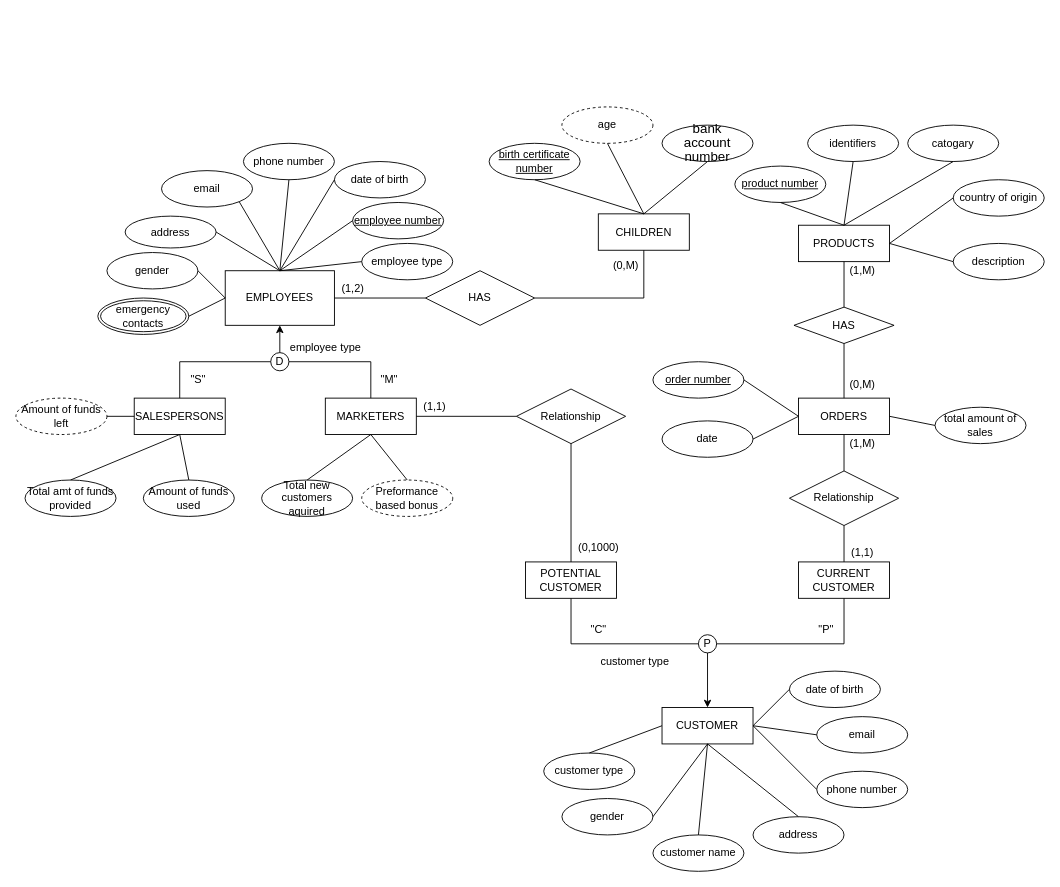
ZZZPraneethZZZ/Draw.IO-Test keeps this draw.io diagram as Assignment 1.drawio. Above is the earlier version. Source tidied: cells renumbered, new cells numbered last; positions are measured from the earlier drawing's top-left corner, leaving out a move shared by most shapes. Both pictures are drawn from the tidied source at 91%, with x=0, y=0 at pixel (15, 106).
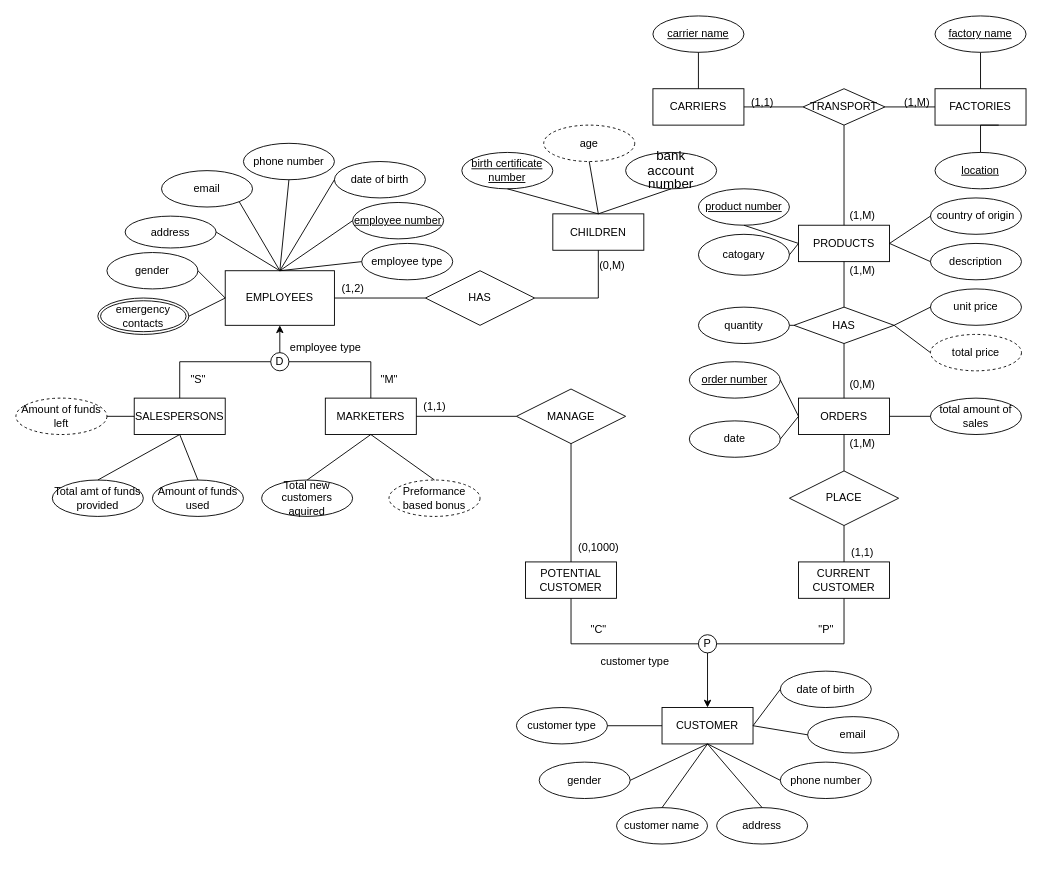
The same page after the edit.

Unchanged cells that the change refers to:
```xml
<mxCell id="16" value="HAS" style="shape=rhombus;perimeter=rhombusPerimeter;whiteSpace=wrap;html=1;align=center;" parent="1" vertex="1">
  <mxGeometry x="450" y="180" width="120" height="60" as="geometry" />
</mxCell>
<mxCell id="58" value="CUSTOMER" style="whiteSpace=wrap;html=1;align=center;" parent="1" vertex="1">
  <mxGeometry x="710" y="660" width="100" height="40" as="geometry" />
</mxCell>
<mxCell id="91" value="PRODUCTS" style="whiteSpace=wrap;html=1;align=center;" parent="1" vertex="1">
  <mxGeometry x="860" y="130" width="100" height="40" as="geometry" />
</mxCell>
<mxCell id="92" value="HAS" style="shape=rhombus;perimeter=rhombusPerimeter;whiteSpace=wrap;html=1;align=center;" parent="1" vertex="1">
  <mxGeometry x="855" y="220" width="110" height="40" as="geometry" />
</mxCell>
```

The edit, as a diff of the source:
```diff
@@
     <mxCell id="15" value="CHILDREN" style="whiteSpace=wrap;html=1;align=center;" parent="1" vertex="1">
-      <mxGeometry x="640" y="117.5" width="100" height="40" as="geometry" />
+      <mxGeometry x="590" y="117.5" width="100" height="40" as="geometry" />
     </mxCell>
@@
     <mxCell id="18" style="endArrow=none;html=1;rounded=0;entryX=0.5;entryY=1;entryDx=0;entryDy=0;exitX=1;exitY=0.5;exitDx=0;exitDy=0;" parent="1" edge="1" source="16" target="15">
       <mxGeometry relative="1" as="geometry">
         <Array as="points">
-          <mxPoint x="690" y="210" />
+          <mxPoint x="640" y="210" />
         </Array>
       </mxGeometry>
     </mxCell>
@@
     <mxCell id="30" value="(0,M)" style="text;html=1;align=center;verticalAlign=middle;strokeColor=none;fillColor=none;" parent="1" vertex="1">
-      <mxGeometry x="645" y="160" width="50" height="30" as="geometry" />
+      <mxGeometry x="630" y="160" width="50" height="30" as="geometry" />
     </mxCell>
     <mxCell id="31" value="Total amt of funds provided" style="ellipse;whiteSpace=wrap;html=1;align=center;" parent="1" vertex="1">
-      <mxGeometry x="10" y="410" width="100" height="40" as="geometry" />
+      <mxGeometry x="40" y="410" width="100" height="40" as="geometry" />
     </mxCell>
     <mxCell id="32" value="Amount of funds used" style="ellipse;whiteSpace=wrap;html=1;align=center;" parent="1" vertex="1">
-      <mxGeometry x="140" y="410" width="100" height="40" as="geometry" />
+      <mxGeometry x="150" y="410" width="100" height="40" as="geometry" />
     </mxCell>
@@
     <mxCell id="38" value="Preformance based bonus" style="ellipse;whiteSpace=wrap;html=1;align=center;dashed=1;" parent="1" vertex="1">
-      <mxGeometry x="380" y="410" width="100" height="40" as="geometry" />
+      <mxGeometry x="410" y="410" width="100" height="40" as="geometry" />
     </mxCell>
@@
     <mxCell id="44" value="age" style="ellipse;whiteSpace=wrap;html=1;align=center;dashed=1;" parent="1" vertex="1">
-      <mxGeometry x="600" width="100" height="40" as="geometry" />
+      <mxGeometry x="580" y="20" width="100" height="40" as="geometry" />
     </mxCell>
     <mxCell id="45" value="birth certificate number" style="ellipse;whiteSpace=wrap;html=1;align=center;fontStyle=4;" parent="1" vertex="1">
-      <mxGeometry x="520" y="40" width="100" height="40" as="geometry" />
+      <mxGeometry x="490" y="50" width="100" height="40" as="geometry" />
     </mxCell>
@@
     <mxCell id="48" value="&lt;span style=&quot;font-size:11.0pt;line-height:107%;&lt;br/&gt;font-family:&amp;quot;Calibri&amp;quot;,sans-serif;mso-ascii-theme-font:minor-latin;mso-fareast-font-family:&lt;br/&gt;Calibri;mso-fareast-theme-font:minor-latin;mso-hansi-theme-font:minor-latin;&lt;br/&gt;mso-bidi-font-family:&amp;quot;Times New Roman&amp;quot;;mso-bidi-theme-font:minor-bidi;&lt;br/&gt;mso-ansi-language:EN-IN;mso-fareast-language:EN-US;mso-bidi-language:AR-SA&quot;&gt;bank&lt;br/&gt;account number&lt;/span&gt;" style="ellipse;whiteSpace=wrap;html=1;align=center;" parent="1" vertex="1">
-      <mxGeometry x="710" y="20" width="100" height="40" as="geometry" />
+      <mxGeometry x="670" y="50" width="100" height="40" as="geometry" />
     </mxCell>
@@
-    <mxCell id="50" value="Relationship" style="shape=rhombus;perimeter=rhombusPerimeter;whiteSpace=wrap;html=1;align=center;" parent="1" vertex="1">
+    <mxCell id="50" value="MANAGE" style="shape=rhombus;perimeter=rhombusPerimeter;whiteSpace=wrap;html=1;align=center;" parent="1" vertex="1">
       <mxGeometry x="550" y="310" width="120" height="60" as="geometry" />
     </mxCell>
@@
     <mxCell id="61" value="&lt;span style=&quot;&quot;&gt;customer type&lt;/span&gt;" style="ellipse;whiteSpace=wrap;html=1;align=center;" parent="1" vertex="1">
-      <mxGeometry x="580" y="710" width="100" height="40" as="geometry" />
+      <mxGeometry x="550" y="660" width="100" height="40" as="geometry" />
     </mxCell>
-    <mxCell id="62" style="endArrow=none;html=1;rounded=0;exitX=0;exitY=0.5;exitDx=0;exitDy=0;entryX=0.5;entryY=0;entryDx=0;entryDy=0;" parent="1" edge="1" source="58" target="61">
+    <mxCell id="62" style="endArrow=none;html=1;rounded=0;exitX=0;exitY=0.5;exitDx=0;exitDy=0;entryX=1;entryY=0.5;entryDx=0;entryDy=0;" parent="1" edge="1" source="58" target="61">
       <mxGeometry relative="1" as="geometry" />
     </mxCell>
     <mxCell id="63" value="customer name" style="ellipse;whiteSpace=wrap;html=1;align=center;" parent="1" vertex="1">
-      <mxGeometry x="700" y="800" width="100" height="40" as="geometry" />
+      <mxGeometry x="660" y="770" width="100" height="40" as="geometry" />
     </mxCell>
     <mxCell id="64" value="&lt;span style=&quot;&quot;&gt;address&lt;/span&gt;" style="ellipse;whiteSpace=wrap;html=1;align=center;" parent="1" vertex="1">
-      <mxGeometry x="810" y="780" width="100" height="40" as="geometry" />
+      <mxGeometry x="770" y="770" width="100" height="40" as="geometry" />
     </mxCell>
     <mxCell id="65" value="&lt;span style=&quot;&quot;&gt;phone number&lt;/span&gt;" style="ellipse;whiteSpace=wrap;html=1;align=center;" parent="1" vertex="1">
-      <mxGeometry x="880" y="730" width="100" height="40" as="geometry" />
+      <mxGeometry x="840" y="720" width="100" height="40" as="geometry" />
     </mxCell>
     <mxCell id="66" value="&lt;span style=&quot;&quot;&gt;email&lt;/span&gt;" style="ellipse;whiteSpace=wrap;html=1;align=center;" parent="1" vertex="1">
-      <mxGeometry x="880" y="670" width="100" height="40" as="geometry" />
+      <mxGeometry x="870" y="670" width="100" height="40" as="geometry" />
     </mxCell>
     <mxCell id="67" value="date of birth" style="ellipse;whiteSpace=wrap;html=1;align=center;" parent="1" vertex="1">
-      <mxGeometry x="850" y="620" width="100" height="40" as="geometry" />
+      <mxGeometry x="840" y="620" width="100" height="40" as="geometry" />
     </mxCell>
     <mxCell id="68" value="gender" style="ellipse;whiteSpace=wrap;html=1;align=center;" parent="1" vertex="1">
-      <mxGeometry x="600" y="760" width="100" height="40" as="geometry" />
+      <mxGeometry x="575" y="720" width="100" height="40" as="geometry" />
     </mxCell>
@@
-    <mxCell id="72" style="endArrow=none;html=1;rounded=0;exitX=0;exitY=0.5;exitDx=0;exitDy=0;entryX=1;entryY=0.5;entryDx=0;entryDy=0;" parent="1" edge="1" source="65" target="58">
+    <mxCell id="72" style="endArrow=none;html=1;rounded=0;exitX=0;exitY=0.5;exitDx=0;exitDy=0;entryX=0.5;entryY=1;entryDx=0;entryDy=0;" parent="1" edge="1" source="65" target="58">
       <mxGeometry relative="1" as="geometry" />
     </mxCell>
@@
-    <mxCell id="80" value="Relationship" style="shape=rhombus;perimeter=rhombusPerimeter;whiteSpace=wrap;html=1;align=center;" parent="1" vertex="1">
+    <mxCell id="80" value="PLACE" style="shape=rhombus;perimeter=rhombusPerimeter;whiteSpace=wrap;html=1;align=center;" parent="1" vertex="1">
       <mxGeometry x="850" y="400" width="120" height="60" as="geometry" />
     </mxCell>
@@
     <mxCell id="85" value="total amount of sales" style="ellipse;whiteSpace=wrap;html=1;align=center;" parent="1" vertex="1">
-      <mxGeometry x="1010" y="330" width="100" height="40" as="geometry" />
+      <mxGeometry x="1005" y="320" width="100" height="40" as="geometry" />
     </mxCell>
     <mxCell id="86" value="date" style="ellipse;whiteSpace=wrap;html=1;align=center;" parent="1" vertex="1">
-      <mxGeometry x="710" y="345" width="100" height="40" as="geometry" />
+      <mxGeometry x="740" y="345" width="100" height="40" as="geometry" />
     </mxCell>
     <mxCell id="87" value="order number" style="ellipse;whiteSpace=wrap;html=1;align=center;fontStyle=4;" parent="1" vertex="1">
-      <mxGeometry x="700" y="280" width="100" height="40" as="geometry" />
+      <mxGeometry x="740" y="280" width="100" height="40" as="geometry" />
     </mxCell>
@@
     <mxCell id="97" value="catogary" style="ellipse;whiteSpace=wrap;html=1;align=center;" parent="1" vertex="1">
-      <mxGeometry x="980" y="20" width="100" height="40" as="geometry" />
+      <mxGeometry x="750" y="140" width="100" height="45" as="geometry" />
     </mxCell>
-    <mxCell id="98" value="identifiers" style="ellipse;whiteSpace=wrap;html=1;align=center;" parent="1" vertex="1">
-      <mxGeometry x="870" y="20" width="100" height="40" as="geometry" />
-    </mxCell>
     <mxCell id="99" value="product number" style="ellipse;whiteSpace=wrap;html=1;align=center;fontStyle=4;" parent="1" vertex="1">
-      <mxGeometry x="790" y="65" width="100" height="40" as="geometry" />
+      <mxGeometry x="750" y="90" width="100" height="40" as="geometry" />
     </mxCell>
     <mxCell id="100" value="description" style="ellipse;whiteSpace=wrap;html=1;align=center;" parent="1" vertex="1">
-      <mxGeometry x="1030" y="150" width="100" height="40" as="geometry" />
+      <mxGeometry x="1005" y="150" width="100" height="40" as="geometry" />
     </mxCell>
     <mxCell id="101" value="country of origin" style="ellipse;whiteSpace=wrap;html=1;align=center;" parent="1" vertex="1">
-      <mxGeometry x="1030" y="80" width="100" height="40" as="geometry" />
+      <mxGeometry x="1005" y="100" width="100" height="40" as="geometry" />
     </mxCell>
-    <mxCell id="102" style="endArrow=none;html=1;rounded=0;exitX=0.5;exitY=1;exitDx=0;exitDy=0;entryX=0.5;entryY=0;entryDx=0;entryDy=0;" parent="1" edge="1" source="99" target="91">
+    <mxCell id="102" style="endArrow=none;html=1;rounded=0;exitX=0.5;exitY=1;exitDx=0;exitDy=0;entryX=0;entryY=0.5;entryDx=0;entryDy=0;" parent="1" edge="1" source="99" target="91">
       <mxGeometry relative="1" as="geometry" />
     </mxCell>
@@
-    <mxCell id="104" style="endArrow=none;html=1;rounded=0;exitX=0.5;exitY=0;exitDx=0;exitDy=0;entryX=0.5;entryY=1;entryDx=0;entryDy=0;" parent="1" edge="1" source="91" target="97">
+    <mxCell id="104" style="endArrow=none;html=1;rounded=0;exitX=0;exitY=0.5;exitDx=0;exitDy=0;entryX=1;entryY=0.5;entryDx=0;entryDy=0;" parent="1" edge="1" source="91" target="97">
       <mxGeometry relative="1" as="geometry" />
     </mxCell>
-    <mxCell id="105" style="endArrow=none;html=1;rounded=0;" parent="1" edge="1">
-      <mxGeometry relative="1" as="geometry">
-        <mxPoint x="910" y="130" as="sourcePoint" />
-        <mxPoint x="920" y="60" as="targetPoint" />
-      </mxGeometry>
-    </mxCell>
@@
+    <mxCell id="107" value="quantity" style="ellipse;whiteSpace=wrap;html=1;align=center;" parent="1" vertex="1">
+      <mxGeometry x="750" y="220" width="100" height="40" as="geometry" />
+    </mxCell>
+    <mxCell id="108" value="unit price" style="ellipse;whiteSpace=wrap;html=1;align=center;" parent="1" vertex="1">
+      <mxGeometry x="1005" y="200" width="100" height="40" as="geometry" />
+    </mxCell>
+    <mxCell id="109" value="total price" style="ellipse;whiteSpace=wrap;html=1;align=center;dashed=1;" parent="1" vertex="1">
+      <mxGeometry x="1005" y="250" width="100" height="40" as="geometry" />
+    </mxCell>
+    <mxCell id="110" style="endArrow=none;html=1;rounded=0;exitX=1;exitY=0.5;exitDx=0;exitDy=0;entryX=0;entryY=0.5;entryDx=0;entryDy=0;" parent="1" edge="1" source="107" target="92">
+      <mxGeometry relative="1" as="geometry" />
+    </mxCell>
+    <mxCell id="111" style="endArrow=none;html=1;rounded=0;entryX=0;entryY=0.5;entryDx=0;entryDy=0;exitX=1;exitY=0.5;exitDx=0;exitDy=0;" parent="1" edge="1" source="92" target="108">
+      <mxGeometry relative="1" as="geometry" />
+    </mxCell>
+    <mxCell id="112" style="endArrow=none;html=1;rounded=0;entryX=0;entryY=0.5;entryDx=0;entryDy=0;exitX=1;exitY=0.5;exitDx=0;exitDy=0;" parent="1" edge="1" source="92" target="109">
+      <mxGeometry relative="1" as="geometry" />
+    </mxCell>
+    <mxCell id="113" value="CARRIERS" style="whiteSpace=wrap;html=1;align=center;" parent="1" vertex="1">
+      <mxGeometry x="700" y="-20" width="100" height="40" as="geometry" />
+    </mxCell>
+    <mxCell id="114" value="FACTORIES" style="whiteSpace=wrap;html=1;align=center;" parent="1" vertex="1">
+      <mxGeometry x="1010" y="-20" width="100" height="40" as="geometry" />
+    </mxCell>
+    <mxCell id="115" value="TRANSPORT" style="shape=rhombus;perimeter=rhombusPerimeter;whiteSpace=wrap;html=1;align=center;" parent="1" vertex="1">
+      <mxGeometry x="865" y="-20" width="90" height="40" as="geometry" />
+    </mxCell>
+    <mxCell id="116" style="endArrow=none;html=1;rounded=0;entryX=0;entryY=0.5;entryDx=0;entryDy=0;exitX=1;exitY=0.5;exitDx=0;exitDy=0;" parent="1" edge="1" source="115" target="114">
+      <mxGeometry relative="1" as="geometry" />
+    </mxCell>
+    <mxCell id="117" style="endArrow=none;html=1;rounded=0;entryX=0;entryY=0.5;entryDx=0;entryDy=0;exitX=1;exitY=0.5;exitDx=0;exitDy=0;" parent="1" edge="1" source="113" target="115">
+      <mxGeometry relative="1" as="geometry" />
+    </mxCell>
+    <mxCell id="118" style="endArrow=none;html=1;rounded=0;entryX=0.5;entryY=1;entryDx=0;entryDy=0;exitX=0.5;exitY=0;exitDx=0;exitDy=0;" parent="1" edge="1" source="91" target="115">
+      <mxGeometry relative="1" as="geometry" />
+    </mxCell>
+    <mxCell id="119" style="endArrow=none;html=1;rounded=0;exitX=0.5;exitY=1;exitDx=0;exitDy=0;entryX=0.5;entryY=0;entryDx=0;entryDy=0;" parent="1" edge="1" source="114">
+      <mxGeometry relative="1" as="geometry">
+        <mxPoint x="1080" y="20" as="targetPoint" />
+      </mxGeometry>
+    </mxCell>
+    <mxCell id="120" style="endArrow=none;html=1;rounded=0;entryX=0.5;entryY=1;entryDx=0;entryDy=0;exitX=0.5;exitY=0;exitDx=0;exitDy=0;" parent="1" edge="1" source="114" target="127">
+      <mxGeometry relative="1" as="geometry" />
+    </mxCell>
+    <mxCell id="121" value="carrier name" style="ellipse;whiteSpace=wrap;html=1;align=center;fontStyle=4;" parent="1" vertex="1">
+      <mxGeometry x="700" y="-100" width="100" height="40" as="geometry" />
+    </mxCell>
+    <mxCell id="122" style="endArrow=none;html=1;rounded=0;exitX=0.5;exitY=0;exitDx=0;exitDy=0;" parent="1" edge="1" source="113" target="121">
+      <mxGeometry relative="1" as="geometry" />
+    </mxCell>
+    <mxCell id="123" value="(1,M)" style="text;html=1;align=center;verticalAlign=middle;strokeColor=none;fillColor=none;" parent="1" vertex="1">
+      <mxGeometry x="965" y="-20" width="50" height="30" as="geometry" />
+    </mxCell>
+    <mxCell id="124" value="(1,1)" style="text;html=1;align=center;verticalAlign=middle;strokeColor=none;fillColor=none;" parent="1" vertex="1">
+      <mxGeometry x="795" y="-20" width="50" height="30" as="geometry" />
+    </mxCell>
+    <mxCell id="125" value="(1,M)" style="text;html=1;align=center;verticalAlign=middle;strokeColor=none;fillColor=none;" parent="1" vertex="1">
+      <mxGeometry x="905" y="105" width="50" height="30" as="geometry" />
+    </mxCell>
+    <mxCell id="126" value="location" style="ellipse;whiteSpace=wrap;html=1;align=center;fontStyle=4;" parent="1" vertex="1">
+      <mxGeometry x="1010" y="50" width="100" height="40" as="geometry" />
+    </mxCell>
+    <mxCell id="127" value="factory name" style="ellipse;whiteSpace=wrap;html=1;align=center;fontStyle=4;" parent="1" vertex="1">
+      <mxGeometry x="1010" y="-100" width="100" height="40" as="geometry" />
+    </mxCell>
+    <mxCell id="128" style="endArrow=none;html=1;rounded=0;exitX=0.5;exitY=0;exitDx=0;exitDy=0;" parent="1" edge="1" source="126">
+      <mxGeometry relative="1" as="geometry">
+        <mxPoint x="1060" y="20" as="targetPoint" />
+      </mxGeometry>
+    </mxCell>
```
